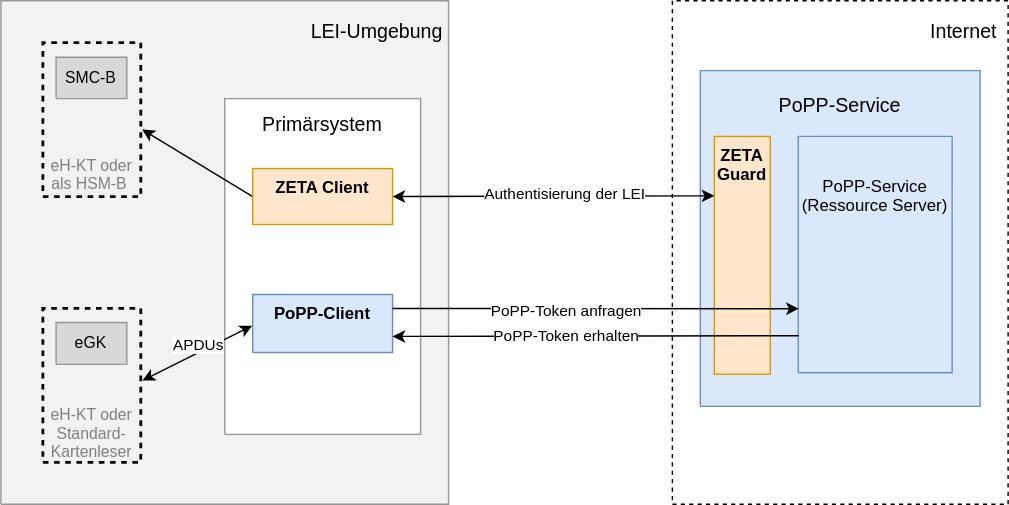
Above: src/drawio/ps-popp-systemoverview.drawio.svg in gematik/spec-ilf-popp-client (draw.io), before the change. Source tidied: cells renumbered, new cells last; positions are measured from the earlier drawing's top-left corner, leaving out a move shared by most shapes.
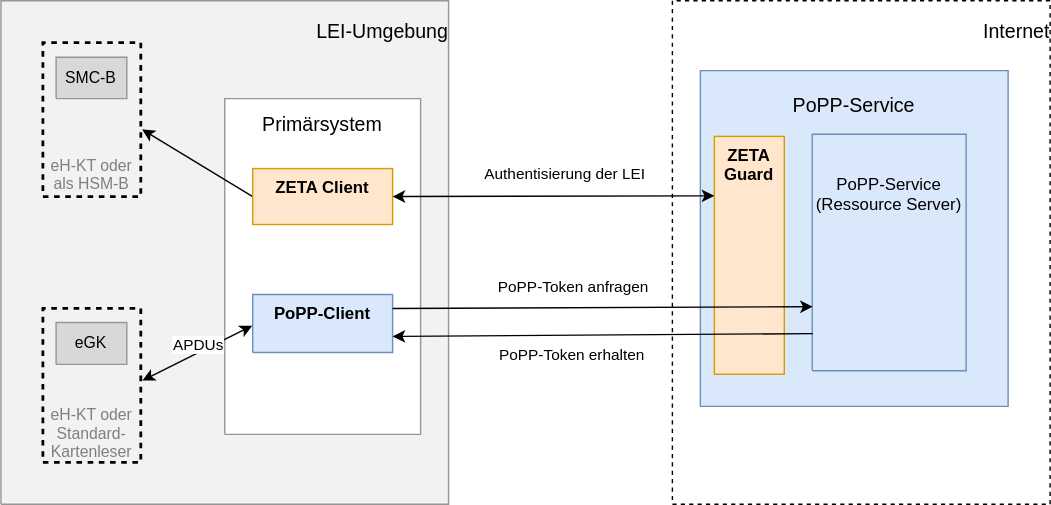
Above is the later version.

What changed in the source:
```diff
@@ -2,10 +2,10 @@
   <root>
     <mxCell id="0" />
     <mxCell id="1" parent="0" />
-    <mxCell id="2" value="&lt;div style=&quot;&quot;&gt;&lt;p style=&quot;text-align: right; margin: 0px; text-indent: 0px; vertical-align: top; direction: ltr;&quot;&gt;&lt;font style=&quot;color: rgb(0, 0, 0); direction: ltr; letter-spacing: 0px; line-height: 120%; opacity: 1;&quot;&gt;&lt;font style=&quot;font-size: 14px;&quot;&gt;&lt;br&gt;Internet&amp;nbsp;&amp;nbsp;&lt;/font&gt;&lt;br&gt;&lt;/font&gt;&lt;/p&gt;&lt;/div&gt;" style="verticalAlign=top;align=right;overflow=width;vsdxID=324;shape=(stored shape, 160 characters);strokeWidth=1;spacingTop=-1;spacingBottom=-1;spacingLeft=-1;spacingRight=-1;labelBackgroundColor=none;rounded=0;html=1;whiteSpace=wrap;dashed=1;" parent="1" vertex="1">
-      <mxGeometry x="480" width="240" height="360" as="geometry" />
+    <mxCell id="2" value="&lt;div style=&quot;&quot;&gt;&lt;p style=&quot;text-align: right; margin: 0px; text-indent: 0px; vertical-align: top; direction: ltr;&quot;&gt;&lt;font style=&quot;color: rgb(0, 0, 0); direction: ltr; letter-spacing: 0px; line-height: 120%; opacity: 1;&quot;&gt;&lt;font style=&quot;font-size: 14px;&quot;&gt;&lt;br&gt;Internet&amp;nbsp; &amp;nbsp; &amp;nbsp;&amp;nbsp;&lt;/font&gt;&lt;br&gt;&lt;/font&gt;&lt;/p&gt;&lt;/div&gt;" style="verticalAlign=top;align=right;overflow=width;vsdxID=324;shape=(stored shape, 160 characters);strokeWidth=1;spacingTop=-1;spacingBottom=-1;spacingLeft=-1;spacingRight=-1;labelBackgroundColor=none;rounded=0;html=1;whiteSpace=wrap;dashed=1;" parent="1" vertex="1">
+      <mxGeometry x="480" width="270" height="360" as="geometry" />
     </mxCell>
-    <mxCell id="3" value="&lt;div style=&quot;&quot;&gt;&lt;p style=&quot;text-align: right; margin: 0px; text-indent: 0px; vertical-align: top; direction: ltr;&quot;&gt;&lt;font style=&quot;color: rgb(0, 0, 0); direction: ltr; letter-spacing: 0px; line-height: 120%; opacity: 1;&quot;&gt;&lt;font style=&quot;font-size: 14px;&quot;&gt;&lt;br&gt;LEI-Umgebung&amp;nbsp;&lt;/font&gt;&lt;br&gt;&lt;/font&gt;&lt;/p&gt;&lt;/div&gt;" style="verticalAlign=top;align=right;overflow=width;vsdxID=324;fillColor=#f2f2f2;gradientColor=none;shape=(stored shape, 160 characters);strokeWidth=1;spacingTop=-1;spacingBottom=-1;spacingLeft=-1;spacingRight=-1;labelBackgroundColor=none;rounded=0;html=1;whiteSpace=wrap;strokeColor=#979595;" parent="1" vertex="1">
+    <mxCell id="3" value="&lt;div style=&quot;&quot;&gt;&lt;p style=&quot;text-align: right; margin: 0px; text-indent: 0px; vertical-align: top; direction: ltr;&quot;&gt;&lt;font style=&quot;color: rgb(0, 0, 0); direction: ltr; letter-spacing: 0px; line-height: 120%; opacity: 1;&quot;&gt;&lt;font style=&quot;font-size: 14px;&quot;&gt;&lt;br&gt;LEI-Umgebung&amp;nbsp; &amp;nbsp;&amp;nbsp;&lt;/font&gt;&lt;br&gt;&lt;/font&gt;&lt;/p&gt;&lt;/div&gt;" style="verticalAlign=top;align=right;overflow=width;vsdxID=324;fillColor=#f2f2f2;gradientColor=none;shape=(stored shape, 160 characters);strokeWidth=1;spacingTop=-1;spacingBottom=-1;spacingLeft=-1;spacingRight=-1;labelBackgroundColor=none;rounded=0;html=1;whiteSpace=wrap;strokeColor=#979595;" parent="1" vertex="1">
       <mxGeometry width="320" height="360" as="geometry" />
     </mxCell>
     <mxCell id="4" value="&lt;div style=&quot;font-size: 9px;&quot;&gt;&lt;font style=&quot;font-size: 9px; font-family: Arial; color: rgb(0, 0, 0); direction: ltr; letter-spacing: 0px; line-height: 120%; opacity: 1;&quot;&gt;&lt;br&gt;&lt;/font&gt;&lt;/div&gt;&lt;div style=&quot;font-size: 14px;&quot;&gt;&lt;font style=&quot;font-size: 14px; font-family: Arial; color: rgb(0, 0, 0); direction: ltr; letter-spacing: 0px; line-height: 120%; opacity: 1;&quot;&gt;Primärsystem     &lt;br&gt;&lt;/font&gt;&lt;/div&gt;" style="verticalAlign=top;align=center;overflow=width;vsdxID=168;fillColor=#ffffff;gradientColor=none;shape=(stored shape, 160 characters);strokeWidth=1;spacingTop=-1;spacingBottom=-1;spacingLeft=-1;spacingRight=-1;labelBackgroundColor=none;rounded=0;html=1;whiteSpace=wrap;strokeColor=#979595;" parent="1" vertex="1">
@@ -47,16 +47,16 @@
       <mxGeometry relative="1" as="geometry" />
     </mxCell>
     <mxCell id="16" value="&lt;div&gt;&lt;font style=&quot;font-size: 14px;&quot; face=&quot;Helvetica&quot;&gt;&lt;br&gt;&lt;/font&gt;&lt;/div&gt;&lt;font style=&quot;font-size: 14px;&quot; face=&quot;Helvetica&quot;&gt;PoPP-Service&lt;/font&gt;&lt;div&gt;&lt;/div&gt;" style="verticalAlign=top;align=center;overflow=width;vsdxID=168;fillColor=#dae8fc;shape=(stored shape, 160 characters);strokeWidth=1;spacingTop=-1;spacingBottom=-1;spacingLeft=-1;spacingRight=-1;labelBackgroundColor=none;rounded=0;html=1;whiteSpace=wrap;strokeColor=#6c8ebf;" parent="1" vertex="1">
-      <mxGeometry x="500" y="50" width="200" height="240" as="geometry" />
+      <mxGeometry x="500" y="50" width="220" height="240" as="geometry" />
     </mxCell>
     <mxCell id="17" value="&lt;b&gt;ZETA Client&lt;/b&gt;" style="rounded=0;whiteSpace=wrap;html=1;fillColor=#ffe6cc;strokeColor=#d79b00;verticalAlign=top;" parent="1" vertex="1">
       <mxGeometry x="180" y="120" width="100" height="40" as="geometry" />
     </mxCell>
     <mxCell id="18" value="&lt;b&gt;ZETA Guard&lt;/b&gt;" style="rounded=0;whiteSpace=wrap;html=1;fillColor=#ffe6cc;strokeColor=#d79b00;verticalAlign=top;" parent="1" vertex="1">
-      <mxGeometry x="510" y="97" width="40" height="170" as="geometry" />
+      <mxGeometry x="510" y="97" width="50" height="170" as="geometry" />
     </mxCell>
     <mxCell id="19" value="&lt;div&gt;&lt;br&gt;&lt;/div&gt;&lt;div&gt;&lt;br&gt;&lt;/div&gt;&lt;div&gt;PoPP-Service&lt;br&gt;(Ressource Server)&lt;/div&gt;" style="verticalAlign=top;align=center;overflow=width;vsdxID=327;fillColor=#dae8fc;shape=(stored shape, 160 characters);strokeWidth=1;spacingTop=-1;spacingBottom=-1;spacingLeft=-1;spacingRight=-1;points=[[0.5,0,0],[1,0.5,0],[0.5,0.5,0],[0.5,0.5,0]];labelBackgroundColor=none;rounded=0;html=1;whiteSpace=wrap;strokeColor=#6c8ebf;" parent="1" vertex="1">
-      <mxGeometry x="570" y="97" width="110" height="169" as="geometry" />
+      <mxGeometry x="580" y="95.5" width="110" height="169" as="geometry" />
     </mxCell>
     <mxCell id="20" style="endArrow=classic;html=1;entryX=0.003;entryY=0.729;entryDx=0;entryDy=0;entryPerimeter=0;" parent="1" edge="1" target="19">
       <mxGeometry relative="1" as="geometry">
@@ -64,7 +64,9 @@
       </mxGeometry>
     </mxCell>
     <mxCell id="21" value="PoPP-Token anfragen" style="edgeLabel;html=1;align=center;verticalAlign=middle;" parent="20" vertex="1">
-      <mxGeometry x="-0.15" y="-1" relative="1" as="geometry" />
+      <mxGeometry x="-0.15" y="-1" relative="1" as="geometry">
+        <mxPoint y="-16" as="offset" />
+      </mxGeometry>
     </mxCell>
     <mxCell id="22" style="endArrow=classic;html=1;exitX=0.003;exitY=0.843;exitDx=0;exitDy=0;exitPerimeter=0;" parent="1" edge="1" source="19">
       <mxGeometry relative="1" as="geometry">
@@ -72,7 +74,9 @@
       </mxGeometry>
     </mxCell>
     <mxCell id="23" value="PoPP-Token erhalten" style="edgeLabel;html=1;align=center;verticalAlign=middle;" parent="22" vertex="1">
-      <mxGeometry x="0.15" relative="1" as="geometry" />
+      <mxGeometry x="0.15" relative="1" as="geometry">
+        <mxPoint y="13" as="offset" />
+      </mxGeometry>
     </mxCell>
     <mxCell id="24" style="endArrow=classic;startArrow=classic;html=1;entryX=0;entryY=0.25;entryDx=0;entryDy=0;" parent="1" edge="1" target="18">
       <mxGeometry relative="1" as="geometry">
@@ -80,7 +84,9 @@
       </mxGeometry>
     </mxCell>
     <mxCell id="25" value="Authentisierung der LEI" style="edgeLabel;html=1;align=center;verticalAlign=middle;" parent="24" vertex="1">
-      <mxGeometry x="0.07" y="2" relative="1" as="geometry" />
+      <mxGeometry x="0.07" y="2" relative="1" as="geometry">
+        <mxPoint y="-14" as="offset" />
+      </mxGeometry>
     </mxCell>
   </root>
 </mxGraphModel>
```
